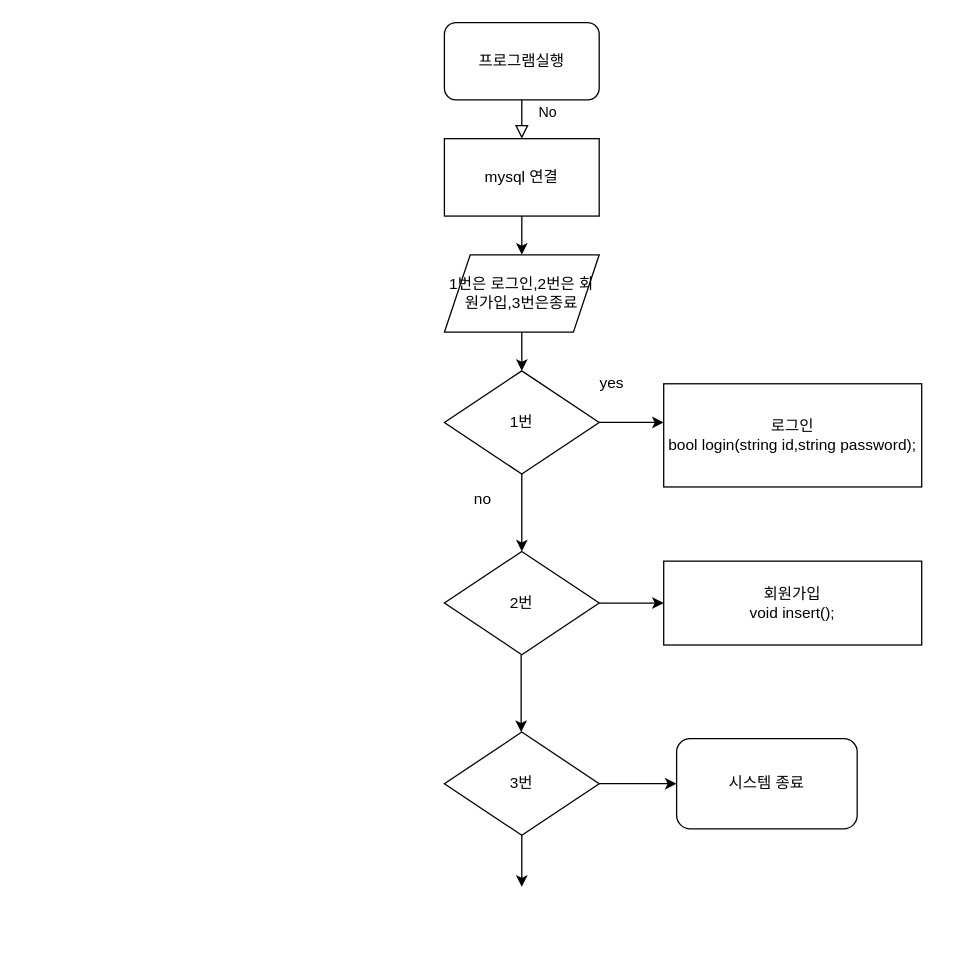
Before: 제목 없는 다이어그램.drawio in creepereye/Git-Tutorial, a draw.io diagram. Source tidied: cells renumbered, new cells numbered last; positions are measured from the earlier drawing's top-left corner, leaving out a move shared by most shapes. Both pictures are drawn from the tidied source at 129%, with x=0, y=0 at pixel (444, 22).
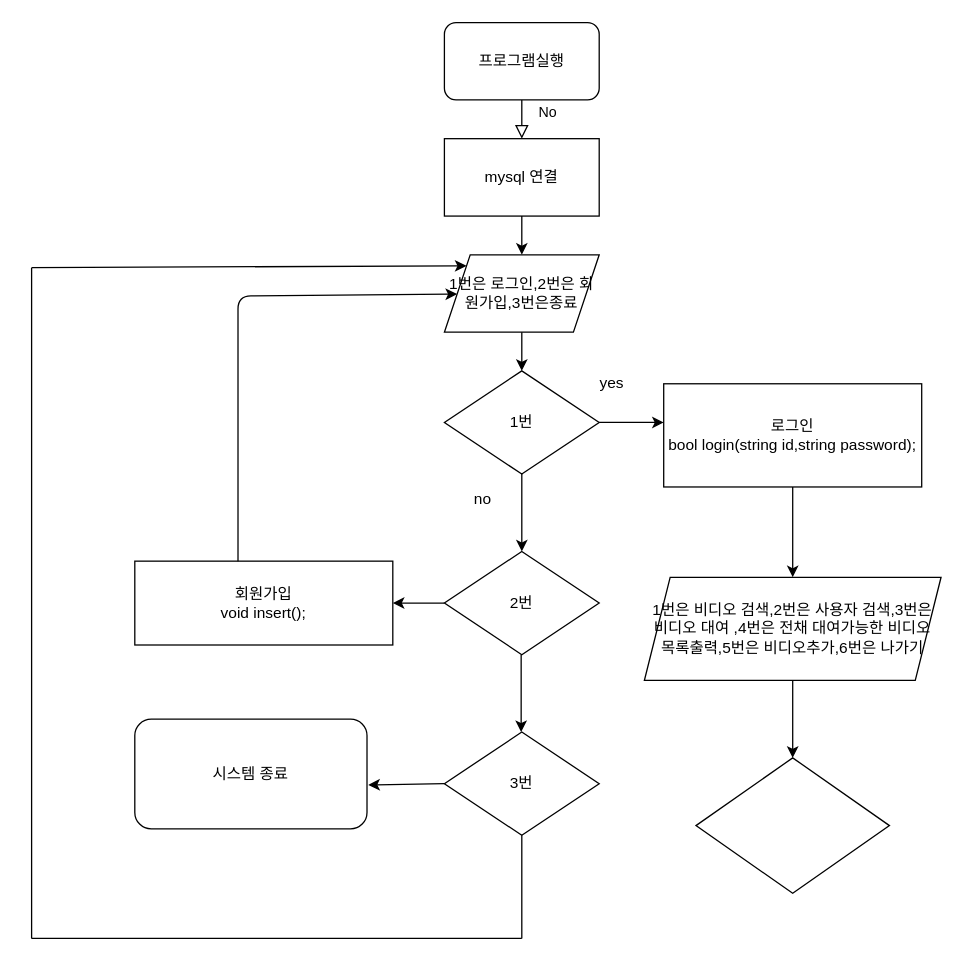
Above is the later version.

Commit message:
제목 없는 다이어그램.drawio 업데이트

The change refers to these unchanged cells:
```xml
<mxCell id="10" value="1번은 로그인,2번은 회원가입,3번은종료" style="shape=parallelogram;perimeter=parallelogramPerimeter;whiteSpace=wrap;html=1;fixedSize=1;" parent="1" vertex="1">
  <mxGeometry y="180" width="120" height="60" as="geometry" />
</mxCell>
<mxCell id="12" value="2번" style="rhombus;whiteSpace=wrap;html=1;" parent="1" vertex="1">
  <mxGeometry y="410" width="120" height="80" as="geometry" />
</mxCell>
<mxCell id="13" value="로그인&lt;br&gt;bool login(string id,string password);" style="rounded=0;whiteSpace=wrap;html=1;" parent="1" vertex="1">
  <mxGeometry x="170" y="280" width="200" height="80" as="geometry" />
</mxCell>
<mxCell id="18" value="3번" style="rhombus;whiteSpace=wrap;html=1;" parent="1" vertex="1">
  <mxGeometry y="550" width="120" height="80" as="geometry" />
</mxCell>
```

Diff of the diagram source:
```diff
@@
-    <mxCell id="15" style="endArrow=classic;html=1;exitX=1;exitY=0.5;exitDx=0;exitDy=0;entryX=0;entryY=0.5;entryDx=0;entryDy=0;" parent="1" edge="1" source="12" target="16">
+    <mxCell id="15" style="endArrow=classic;html=1;exitX=0;exitY=0.5;exitDx=0;exitDy=0;entryX=1;entryY=0.5;entryDx=0;entryDy=0;" parent="1" edge="1" source="12" target="16">
       <mxGeometry relative="1" as="geometry" />
     </mxCell>
     <mxCell id="16" value="회원가입&lt;br&gt;void insert();" style="rounded=0;whiteSpace=wrap;html=1;" parent="1" vertex="1">
-      <mxGeometry x="170" y="417.5" width="200" height="65" as="geometry" />
+      <mxGeometry x="-240" y="417.5" width="200" height="65" as="geometry" />
     </mxCell>
@@
     <mxCell id="19" value="시스템 종료" style="rounded=1;whiteSpace=wrap;html=1;" parent="1" vertex="1">
-      <mxGeometry x="180" y="555" width="140" height="70" as="geometry" />
+      <mxGeometry x="-240" y="540" width="180" height="85" as="geometry" />
     </mxCell>
-    <mxCell id="20" style="endArrow=classic;html=1;exitX=1;exitY=0.5;exitDx=0;exitDy=0;" parent="1" edge="1" source="18">
+    <mxCell id="20" style="endArrow=classic;html=1;exitX=0;exitY=0.5;exitDx=0;exitDy=0;" parent="1" edge="1" source="18">
       <mxGeometry relative="1" as="geometry">
-        <mxPoint x="180" y="590" as="targetPoint" />
+        <mxPoint x="-59" y="591" as="targetPoint" />
       </mxGeometry>
     </mxCell>
-    <mxCell id="21" style="endArrow=classic;html=1;exitX=0.5;exitY=1;exitDx=0;exitDy=0;" parent="1" edge="1" source="18">
-      <mxGeometry relative="1" as="geometry">
-        <mxPoint x="60" y="670" as="targetPoint" />
-      </mxGeometry>
-    </mxCell>
+    <mxCell id="22" style="endArrow=classic;html=1;" parent="1" edge="1" target="10">
+      <mxGeometry relative="1" as="geometry">
+        <mxPoint x="-160" y="417.5" as="sourcePoint" />
+        <Array as="points">
+          <mxPoint x="-160" y="212" />
+        </Array>
+      </mxGeometry>
+    </mxCell>
+    <mxCell id="23" style="endArrow=none;html=1;entryX=0.5;entryY=1;entryDx=0;entryDy=0;" parent="1" edge="1" target="18">
+      <mxGeometry relative="1" as="geometry">
+        <mxPoint x="60" y="710" as="sourcePoint" />
+      </mxGeometry>
+    </mxCell>
+    <mxCell id="24" style="endArrow=none;html=1;" parent="1" edge="1">
+      <mxGeometry relative="1" as="geometry">
+        <mxPoint x="-320" y="710" as="sourcePoint" />
+        <mxPoint x="60" y="710" as="targetPoint" />
+      </mxGeometry>
+    </mxCell>
+    <mxCell id="25" style="endArrow=none;html=1;" parent="1" edge="1">
+      <mxGeometry relative="1" as="geometry">
+        <mxPoint x="-320" y="710" as="sourcePoint" />
+        <mxPoint x="-320" y="190" as="targetPoint" />
+      </mxGeometry>
+    </mxCell>
+    <mxCell id="26" style="endArrow=classic;html=1;entryX=0;entryY=0;entryDx=0;entryDy=0;" parent="1" edge="1" target="10">
+      <mxGeometry relative="1" as="geometry">
+        <mxPoint x="-320" y="190" as="sourcePoint" />
+      </mxGeometry>
+    </mxCell>
+    <mxCell id="27" style="endArrow=classic;html=1;exitX=0.5;exitY=1;exitDx=0;exitDy=0;" parent="1" edge="1" source="13">
+      <mxGeometry relative="1" as="geometry">
+        <mxPoint x="270" y="430" as="targetPoint" />
+      </mxGeometry>
+    </mxCell>
+    <mxCell id="28" style="rhombus;whiteSpace=wrap;html=1;" parent="1" vertex="1">
+      <mxGeometry x="195" y="570" width="150" height="105" as="geometry" />
+    </mxCell>
+    <mxCell id="29" value="1번은 비디오 검색,2번은 사용자 검색,3번은 비디오 대여 ,4번은 전채 대여가능한 비디오 목록출력,5번은 비디오추가,6번은 나가기" style="shape=parallelogram;perimeter=parallelogramPerimeter;whiteSpace=wrap;html=1;fixedSize=1;" parent="1" vertex="1">
+      <mxGeometry x="155" y="430" width="230" height="80" as="geometry" />
+    </mxCell>
+    <mxCell id="30" style="endArrow=classic;html=1;entryX=0.5;entryY=0;entryDx=0;entryDy=0;exitX=0.5;exitY=1;exitDx=0;exitDy=0;" parent="1" edge="1" source="29" target="28">
+      <mxGeometry relative="1" as="geometry" />
+    </mxCell>
```
